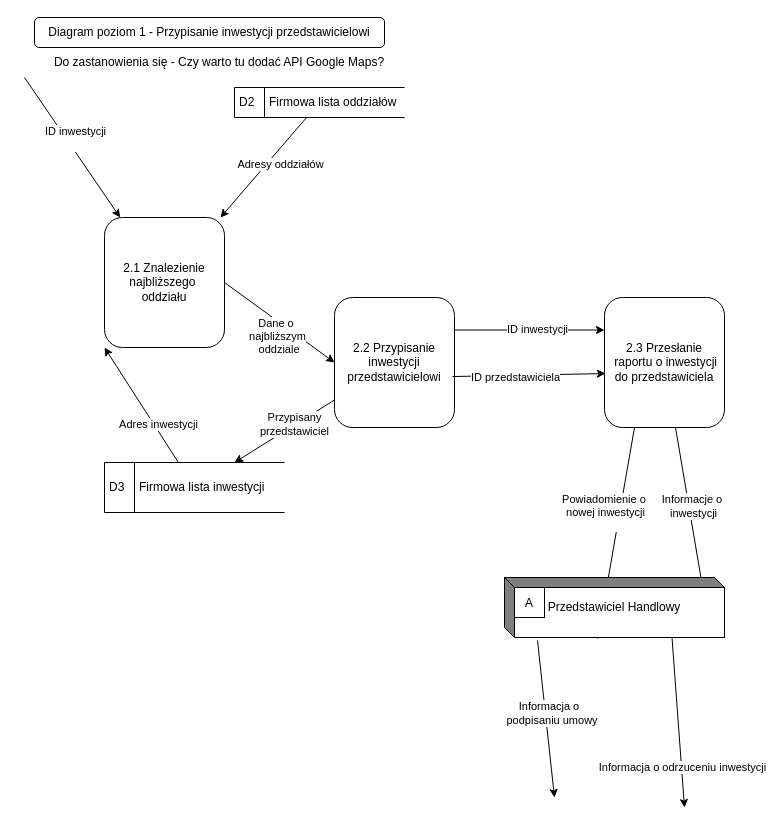
The draw.io diagram page "Diagram poziomu 1 diagram 2" (4 of 8) of DPD/Diagram DPD.drawio in Mackin1232/modelowanie-systemow, before the edit. Source tidied: cells renumbered, new cells numbered last; positions are measured from the earlier drawing's top-left corner, leaving out a move shared by most shapes. Both pictures are drawn from the tidied source at 100%, with x=0, y=0 at pixel (24, 17).
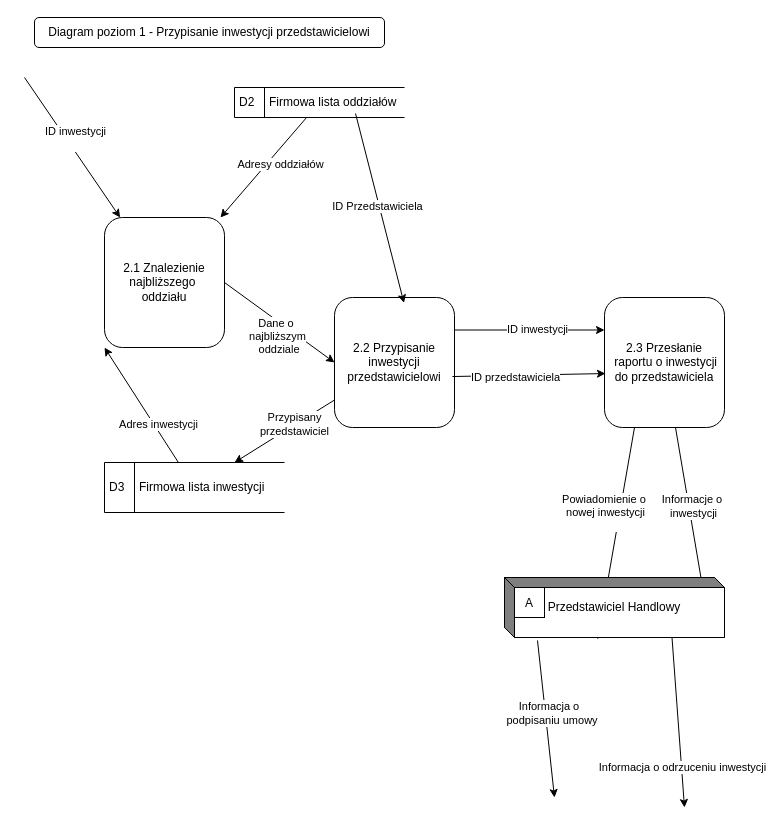
The same page after the edit.

Unchanged cells that the change refers to:
```xml
<mxCell id="5" value="D2&lt;span style=&quot;white-space: pre;&quot;&gt;&#9;&lt;/span&gt;&amp;nbsp;Firmowa lista oddziałów" style="html=1;dashed=0;whiteSpace=wrap;shape=mxgraph.dfd.dataStoreID;align=left;spacingLeft=3;points=[[0,0],[0.5,0],[1,0],[0,0.5],[1,0.5],[0,1],[0.5,1],[1,1]];" parent="1" vertex="1">
  <mxGeometry x="210" y="70" width="170" height="30" as="geometry" />
</mxCell>
<mxCell id="11" value="2.2 Przypisanie inwestycji przedstawicielowi" style="rounded=1;whiteSpace=wrap;html=1;" parent="1" vertex="1">
  <mxGeometry x="310" y="280" width="120" height="130" as="geometry" />
</mxCell>
```

Diff of the diagram source:
```diff
@@
-    <mxCell id="32" value="Do zastanowienia się - Czy warto tu dodać API Google Maps?" style="text;html=1;whiteSpace=wrap;strokeColor=none;fillColor=none;align=center;verticalAlign=middle;rounded=0;" parent="1" vertex="1">
-      <mxGeometry x="20" y="30" width="350" height="30" as="geometry" />
-    </mxCell>
+    <mxCell id="33" style="endArrow=classic;html=1;rounded=0;exitX=0.712;exitY=0.867;exitDx=0;exitDy=0;exitPerimeter=0;entryX=0.579;entryY=0.042;entryDx=0;entryDy=0;entryPerimeter=0;" parent="1" edge="1" source="5" target="11">
+      <mxGeometry relative="1" as="geometry" />
+    </mxCell>
+    <mxCell id="34" value="ID Przedstawiciela" style="edgeLabel;html=1;align=center;verticalAlign=middle;" parent="33" vertex="1">
+      <mxGeometry x="-0.02" y="-2" relative="1" as="geometry">
+        <mxPoint y="-1" as="offset" />
+      </mxGeometry>
+    </mxCell>
```
